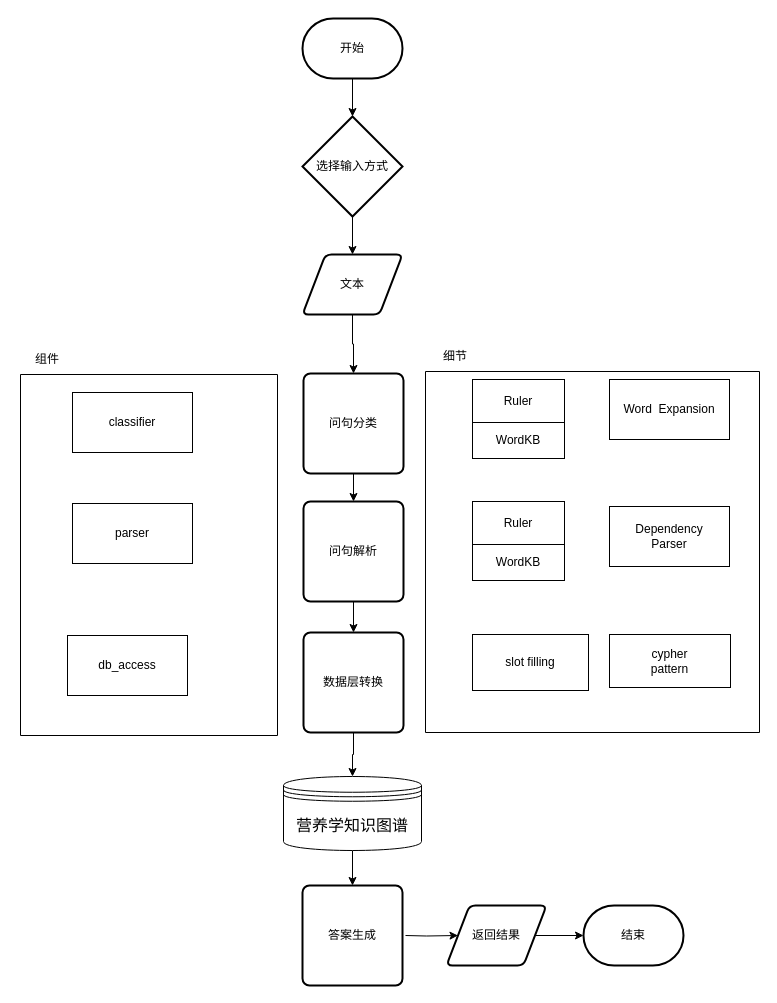
This is page "第 3 页" (2 of 7) of flowchart/毕设.drawio from honghangzhi/diagrams, a draw.io file, before an edit. Source tidied: cells renumbered, new cells numbered last; positions are measured from the earlier drawing's top-left corner, leaving out a move shared by most shapes. Both pictures are drawn from the tidied source at 100%, with x=0, y=0 at pixel (17, 18).
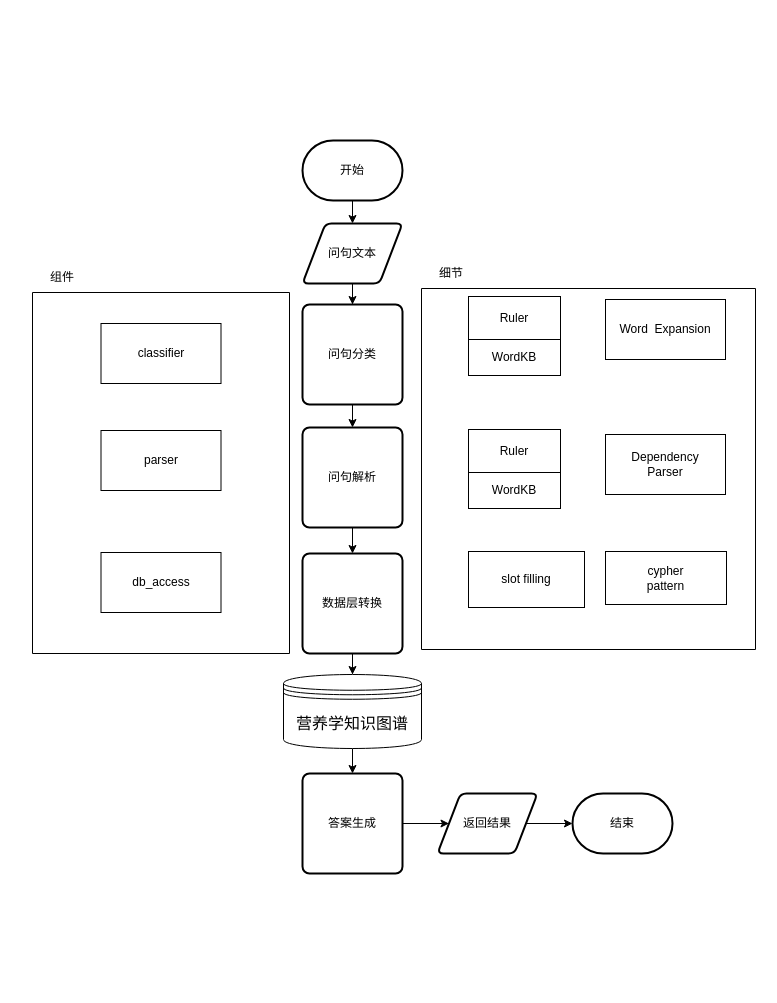
The same page after the edit.

What changed in the source:
```diff
@@
-    <mxCell id="2" style="edgeStyle=orthogonalEdgeStyle;rounded=0;jettySize=auto;html=1;" parent="1" edge="1" target="14">
-      <mxGeometry relative="1" as="geometry">
-        <mxPoint x="388" y="917" as="sourcePoint" />
-      </mxGeometry>
+    <mxCell id="2" style="edgeStyle=orthogonalEdgeStyle;rounded=0;jettySize=auto;html=1;exitX=1;exitY=0.5;exitDx=0;exitDy=0;" parent="1" edge="1" source="35" target="14">
+      <mxGeometry relative="1" as="geometry" />
     </mxCell>
@@
     <mxCell id="4" value="营养学知识图谱" style="shape=datastore;whiteSpace=wrap;html=1;fontSize=16;" parent="1" vertex="1">
-      <mxGeometry x="266" y="758" width="138" height="74" as="geometry" />
+      <mxGeometry x="266" y="656" width="138" height="74" as="geometry" />
     </mxCell>
@@
-    <mxCell id="6" value="文本" style="shape=parallelogram;html=1;strokeWidth=2;perimeter=parallelogramPerimeter;whiteSpace=wrap;rounded=1;arcSize=12;size=0.23;" parent="1" vertex="1">
-      <mxGeometry x="285" y="236" width="100" height="60" as="geometry" />
+    <mxCell id="6" value="问句文本" style="shape=parallelogram;html=1;strokeWidth=2;perimeter=parallelogramPerimeter;whiteSpace=wrap;rounded=1;arcSize=12;size=0.23;" parent="1" vertex="1">
+      <mxGeometry x="285" y="205" width="100" height="60" as="geometry" />
     </mxCell>
@@
     <mxCell id="8" value="问句分类" style="rounded=1;whiteSpace=wrap;html=1;absoluteArcSize=1;arcSize=14;strokeWidth=2;" parent="1" vertex="1">
-      <mxGeometry x="286" y="355" width="100" height="100" as="geometry" />
+      <mxGeometry x="285" y="286" width="100" height="100" as="geometry" />
     </mxCell>
@@
     <mxCell id="10" value="问句解析" style="rounded=1;whiteSpace=wrap;html=1;absoluteArcSize=1;arcSize=14;strokeWidth=2;" parent="1" vertex="1">
-      <mxGeometry x="286" y="483" width="100" height="100" as="geometry" />
+      <mxGeometry x="285" y="409" width="100" height="100" as="geometry" />
     </mxCell>
@@
     <mxCell id="12" value="数据层转换" style="rounded=1;whiteSpace=wrap;html=1;absoluteArcSize=1;arcSize=14;strokeWidth=2;" parent="1" vertex="1">
-      <mxGeometry x="286" y="614" width="100" height="100" as="geometry" />
+      <mxGeometry x="285" y="535" width="100" height="100" as="geometry" />
     </mxCell>
@@
     <mxCell id="14" value="返回结果" style="shape=parallelogram;html=1;strokeWidth=2;perimeter=parallelogramPerimeter;whiteSpace=wrap;rounded=1;arcSize=12;size=0.23;" parent="1" vertex="1">
-      <mxGeometry x="429" y="887" width="100" height="60" as="geometry" />
+      <mxGeometry x="420" y="775" width="100" height="60" as="geometry" />
     </mxCell>
     <mxCell id="15" value="结束" style="strokeWidth=2;html=1;shape=mxgraph.flowchart.terminator;whiteSpace=wrap;" parent="1" vertex="1">
-      <mxGeometry x="566" y="887" width="100" height="60" as="geometry" />
+      <mxGeometry x="555" y="775" width="100" height="60" as="geometry" />
     </mxCell>
-    <mxCell id="16" style="edgeStyle=orthogonalEdgeStyle;rounded=0;jettySize=auto;html=1;" parent="1" edge="1" source="17" target="23">
-      <mxGeometry relative="1" as="geometry" />
-    </mxCell>
+    <mxCell id="36" style="edgeStyle=orthogonalEdgeStyle;rounded=0;jettySize=auto;html=1;" parent="1" edge="1" source="17" target="6">
+      <mxGeometry relative="1" as="geometry" />
+    </mxCell>
     <mxCell id="17" value="开始" style="strokeWidth=2;html=1;shape=mxgraph.flowchart.terminator;whiteSpace=wrap;" parent="1" vertex="1">
-      <mxGeometry x="285" width="100" height="60" as="geometry" />
+      <mxGeometry x="285" y="122" width="100" height="60" as="geometry" />
     </mxCell>
     <mxCell id="18" style="swimlane;startSize=0;" parent="1" vertex="1">
-      <mxGeometry x="3" y="356" width="257" height="361" as="geometry" />
+      <mxGeometry x="15" y="274" width="257" height="361" as="geometry" />
     </mxCell>
     <mxCell id="19" value="classifier" style="whiteSpace=wrap;html=1;" parent="18" vertex="1">
-      <mxGeometry x="52" y="18" width="120" height="60" as="geometry" />
+      <mxGeometry x="68.5" y="31" width="120" height="60" as="geometry" />
     </mxCell>
     <mxCell id="20" value="db_access" style="whiteSpace=wrap;html=1;" parent="18" vertex="1">
-      <mxGeometry x="47" y="261" width="120" height="60" as="geometry" />
+      <mxGeometry x="68.5" y="260" width="120" height="60" as="geometry" />
     </mxCell>
     <mxCell id="21" value="parser" style="whiteSpace=wrap;html=1;" parent="18" vertex="1">
-      <mxGeometry x="52" y="129" width="120" height="60" as="geometry" />
+      <mxGeometry x="68.5" y="138" width="120" height="60" as="geometry" />
     </mxCell>
-    <mxCell id="22" style="edgeStyle=orthogonalEdgeStyle;rounded=0;jettySize=auto;html=1;" parent="1" edge="1" source="23" target="6">
-      <mxGeometry relative="1" as="geometry" />
-    </mxCell>
-    <mxCell id="23" value="选择输入方式" style="strokeWidth=2;html=1;shape=mxgraph.flowchart.decision;whiteSpace=wrap;" parent="1" vertex="1">
-      <mxGeometry x="285" y="98" width="100" height="100" as="geometry" />
-    </mxCell>
     <mxCell id="24" style="swimlane;startSize=0;" parent="1" vertex="1">
-      <mxGeometry x="408" y="353" width="334" height="361" as="geometry" />
+      <mxGeometry x="404" y="270" width="334" height="361" as="geometry" />
     </mxCell>
@@
     <mxCell id="28" value="Ruler" style="rounded=0;whiteSpace=wrap;html=1;" parent="24" vertex="1">
-      <mxGeometry x="47" y="130" width="92" height="43" as="geometry" />
+      <mxGeometry x="47" y="141" width="92" height="43" as="geometry" />
     </mxCell>
     <mxCell id="29" value="WordKB" style="rounded=0;whiteSpace=wrap;html=1;" parent="24" vertex="1">
-      <mxGeometry x="47" y="173" width="92" height="36" as="geometry" />
+      <mxGeometry x="47" y="184" width="92" height="36" as="geometry" />
     </mxCell>
     <mxCell id="30" value="Word&amp;nbsp; Expansion" style="rounded=0;whiteSpace=wrap;html=1;" parent="24" vertex="1">
-      <mxGeometry x="184" y="8" width="120" height="60" as="geometry" />
+      <mxGeometry x="184" y="11" width="120" height="60" as="geometry" />
     </mxCell>
     <mxCell id="31" value="Dependency&lt;br&gt;Parser" style="rounded=0;whiteSpace=wrap;html=1;" parent="24" vertex="1">
-      <mxGeometry x="184" y="135" width="120" height="60" as="geometry" />
+      <mxGeometry x="184" y="146" width="120" height="60" as="geometry" />
     </mxCell>
@@
     <mxCell id="33" value="组件" style="text;html=1;strokeColor=none;fillColor=none;align=center;verticalAlign=middle;whiteSpace=wrap;rounded=0;" parent="1" vertex="1">
-      <mxGeometry y="326" width="60" height="30" as="geometry" />
+      <mxGeometry x="15" y="244" width="60" height="30" as="geometry" />
     </mxCell>
     <mxCell id="34" value="细节" style="text;html=1;strokeColor=none;fillColor=none;align=center;verticalAlign=middle;whiteSpace=wrap;rounded=0;" parent="1" vertex="1">
-      <mxGeometry x="408" y="323" width="60" height="30" as="geometry" />
+      <mxGeometry x="404" y="240" width="60" height="30" as="geometry" />
     </mxCell>
     <mxCell id="35" value="答案生成" style="rounded=1;whiteSpace=wrap;html=1;absoluteArcSize=1;arcSize=14;strokeWidth=2;" parent="1" vertex="1">
-      <mxGeometry x="285" y="867" width="100" height="100" as="geometry" />
+      <mxGeometry x="285" y="755" width="100" height="100" as="geometry" />
     </mxCell>
```
